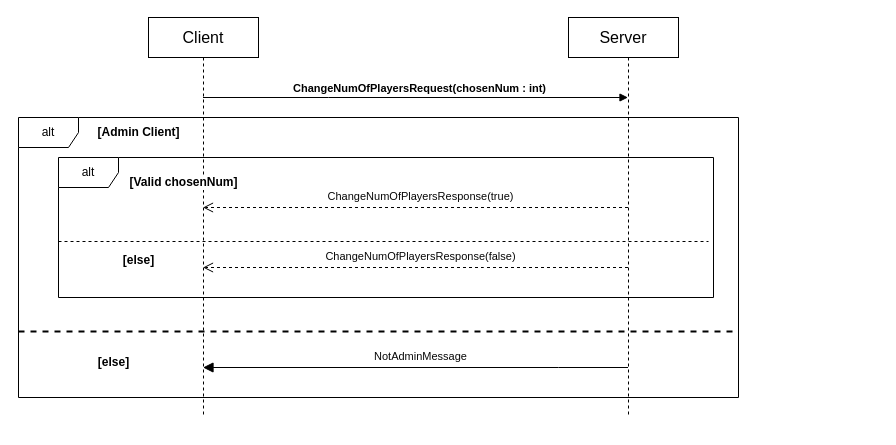
Earlier version of the draw.io diagram deliverables/uml_drawio/ChangeNumPlayers.drawio (federico-zanca/ing-sw-2023-zanca-zhuge-zheng-wu). Source tidied: cells renumbered, new cells numbered last; positions are measured from the earlier drawing's top-left corner, leaving out a move shared by most shapes. Both pictures are drawn from the tidied source at 100%, with x=0, y=0 at pixel (18, 17).
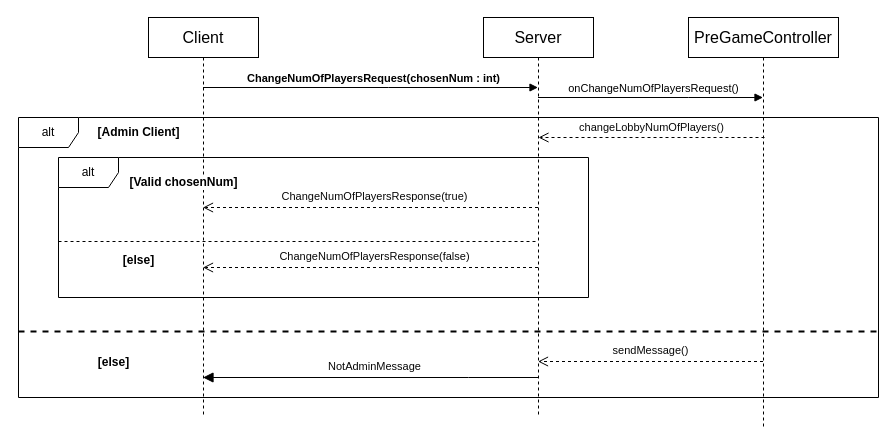
The same page after the edit.

The change refers to these unchanged cells:
```xml
<mxCell id="5" style="shape=umlLifeline;perimeter=lifelinePerimeter;whiteSpace=wrap;html=1;outlineConnect=0;portConstraint=eastwest;newEdgeStyle={&quot;edgeStyle&quot;:&quot;elbowEdgeStyle&quot;,&quot;elbow&quot;:&quot;vertical&quot;,&quot;curved&quot;:0,&quot;rounded&quot;:0};participant=umlActor;size=0;" parent="1" vertex="1">
  <mxGeometry x="175" y="40" width="20" height="360" as="geometry" />
</mxCell>
```

Change to the diagram source:
```diff
@@
     <mxCell id="2" value="alt" style="shape=umlFrame;whiteSpace=wrap;html=1;" parent="1" vertex="1">
-      <mxGeometry y="100" width="720" height="280" as="geometry" />
+      <mxGeometry y="100" width="860" height="280" as="geometry" />
     </mxCell>
@@
     <mxCell id="4" value="Server" style="html=1;whiteSpace=wrap;fontSize=16;" parent="1" vertex="1">
-      <mxGeometry x="550" width="110" height="40" as="geometry" />
+      <mxGeometry x="465" width="110" height="40" as="geometry" />
     </mxCell>
@@
     <mxCell id="6" style="shape=umlLifeline;perimeter=lifelinePerimeter;whiteSpace=wrap;html=1;outlineConnect=0;portConstraint=eastwest;newEdgeStyle={&quot;edgeStyle&quot;:&quot;elbowEdgeStyle&quot;,&quot;elbow&quot;:&quot;vertical&quot;,&quot;curved&quot;:0,&quot;rounded&quot;:0};participant=umlActor;size=0;" parent="1" vertex="1">
-      <mxGeometry x="600" y="40" width="20" height="360" as="geometry" />
+      <mxGeometry x="510" y="40" width="20" height="360" as="geometry" />
     </mxCell>
     <mxCell id="7" value="ChangeNumOfPlayersRequest(chosenNum : int)" style="html=1;verticalAlign=bottom;endArrow=block;edgeStyle=elbowEdgeStyle;elbow=vertical;curved=0;rounded=0;fontStyle=1;" parent="1" edge="1" source="5" target="6">
       <mxGeometry x="0.01" relative="1" as="geometry">
         <Array as="points">
+          <mxPoint x="370" y="70" />
+          <mxPoint x="450" y="80" />
           <mxPoint x="310" y="80" />
           <mxPoint x="360" y="110" />
         </Array>
         <mxPoint x="1" as="offset" />
       </mxGeometry>
     </mxCell>
@@
     <mxCell id="10" value="alt" style="shape=umlFrame;whiteSpace=wrap;html=1;" parent="1" vertex="1">
-      <mxGeometry x="40" y="140" width="655" height="140" as="geometry" />
+      <mxGeometry x="40" y="140" width="530" height="140" as="geometry" />
     </mxCell>
     <mxCell id="11" style="line;strokeWidth=2;fillColor=none;align=left;verticalAlign=middle;spacingTop=-1;spacingLeft=3;spacingRight=3;labelPosition=right;strokeColor=inherit;dashed=1;" parent="1" vertex="1">
-      <mxGeometry y="310" width="720" height="8" as="geometry" />
+      <mxGeometry y="310" width="860" height="8" as="geometry" />
     </mxCell>
@@
     <mxCell id="14" style="line;strokeWidth=1;fillColor=none;align=left;verticalAlign=middle;spacingTop=-1;spacingLeft=3;spacingRight=3;labelPosition=right;strokeColor=inherit;dashed=1;" parent="1" vertex="1">
-      <mxGeometry x="40" y="220" width="650" height="8" as="geometry" />
+      <mxGeometry x="40" y="220" width="480" height="8" as="geometry" />
     </mxCell>
@@
     <mxCell id="17" value="&lt;div style=&quot;color: rgb(8, 8, 8);&quot;&gt;&lt;pre style=&quot;&quot;&gt;&lt;font face=&quot;Helvetica&quot;&gt;NotAdminMessage&lt;/font&gt;&lt;/pre&gt;&lt;/div&gt;" style="html=1;verticalAlign=bottom;endArrow=block;endSize=8;edgeStyle=elbowEdgeStyle;elbow=vertical;curved=0;rounded=0;labelBackgroundColor=none;endFill=1;" parent="1" edge="1" source="6" target="5">
       <mxGeometry x="-0.02" y="10" relative="1" as="geometry">
         <Array as="points">
-          <mxPoint x="540" y="350" />
+          <mxPoint x="450" y="360" />
+          <mxPoint x="490" y="350" />
           <mxPoint x="245" y="370" />
           <mxPoint x="295" y="390" />
           <mxPoint x="315" y="360" />
           <mxPoint x="80" y="340" />
         </Array>
       </mxGeometry>
     </mxCell>
+    <mxCell id="18" value="PreGameController" style="html=1;whiteSpace=wrap;fontSize=16;" parent="1" vertex="1">
+      <mxGeometry x="670" width="150" height="40" as="geometry" />
+    </mxCell>
+    <mxCell id="19" style="shape=umlLifeline;perimeter=lifelinePerimeter;whiteSpace=wrap;html=1;outlineConnect=0;portConstraint=eastwest;newEdgeStyle={&quot;edgeStyle&quot;:&quot;elbowEdgeStyle&quot;,&quot;elbow&quot;:&quot;vertical&quot;,&quot;curved&quot;:0,&quot;rounded&quot;:0};participant=umlActor;size=0;" parent="1" vertex="1">
+      <mxGeometry x="735" y="40" width="20" height="370" as="geometry" />
+    </mxCell>
+    <mxCell id="20" value="onChangeNumOfPlayersRequest()" style="html=1;verticalAlign=bottom;endArrow=block;edgeStyle=elbowEdgeStyle;elbow=vertical;curved=0;rounded=0;" parent="1" edge="1" source="6" target="19">
+      <mxGeometry x="0.02" relative="1" as="geometry">
+        <Array as="points">
+          <mxPoint x="670" y="80" />
+          <mxPoint x="506.5" y="110" />
+          <mxPoint x="276.5" y="120" />
+          <mxPoint x="296.5" y="200" />
+          <mxPoint x="506.5" y="220" />
+          <mxPoint x="426.5" y="230" />
+          <mxPoint x="497.5" y="240" />
+          <mxPoint x="463.5" y="260" />
+        </Array>
+      </mxGeometry>
+    </mxCell>
+    <mxCell id="21" value="&lt;div style=&quot;color: rgb(8, 8, 8);&quot;&gt;&lt;pre style=&quot;&quot;&gt;&lt;font face=&quot;Helvetica&quot;&gt;sendMessage()&lt;/font&gt;&lt;/pre&gt;&lt;/div&gt;" style="html=1;verticalAlign=bottom;endArrow=open;dashed=1;endSize=8;edgeStyle=elbowEdgeStyle;elbow=vertical;curved=0;rounded=0;labelBackgroundColor=none;" parent="1" edge="1" source="19" target="6">
+      <mxGeometry y="10" relative="1" as="geometry">
+        <Array as="points">
+          <mxPoint x="620" y="344" />
+          <mxPoint x="350" y="354.3" />
+          <mxPoint x="140" y="364.3" />
+          <mxPoint x="160" y="474.3" />
+        </Array>
+      </mxGeometry>
+    </mxCell>
+    <mxCell id="22" value="&lt;div style=&quot;color: rgb(8, 8, 8);&quot;&gt;&lt;p style=&quot;&quot;&gt;changeLobbyNumOfPlayers()&lt;/p&gt;&lt;/div&gt;" style="html=1;verticalAlign=bottom;endArrow=open;dashed=1;endSize=8;edgeStyle=elbowEdgeStyle;elbow=vertical;curved=0;rounded=0;labelBackgroundColor=none;" parent="1" edge="1">
+      <mxGeometry y="10" relative="1" as="geometry">
+        <mxPoint x="746" y="120" as="sourcePoint" />
+        <mxPoint x="520" y="120" as="targetPoint" />
+        <Array as="points">
+          <mxPoint x="621" y="120" />
+          <mxPoint x="351" y="130.3" />
+          <mxPoint x="141" y="140.3" />
+          <mxPoint x="161" y="250.3" />
+        </Array>
+      </mxGeometry>
+    </mxCell>
```
